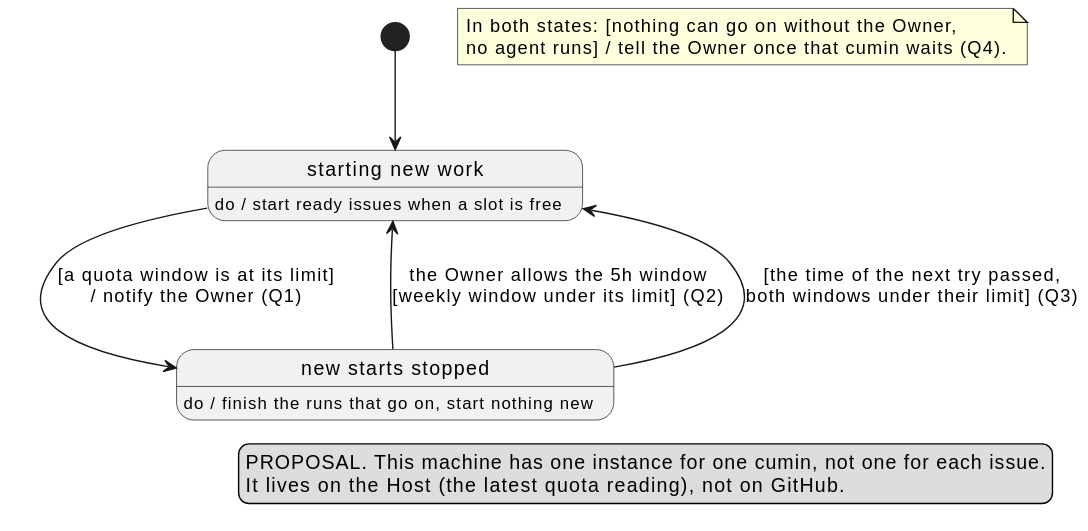
Before: docs/ja/requirements/workflow/proposal-new-starts.svg, a diagram exported from PlantUML (cloveclovedev/cumin-works).
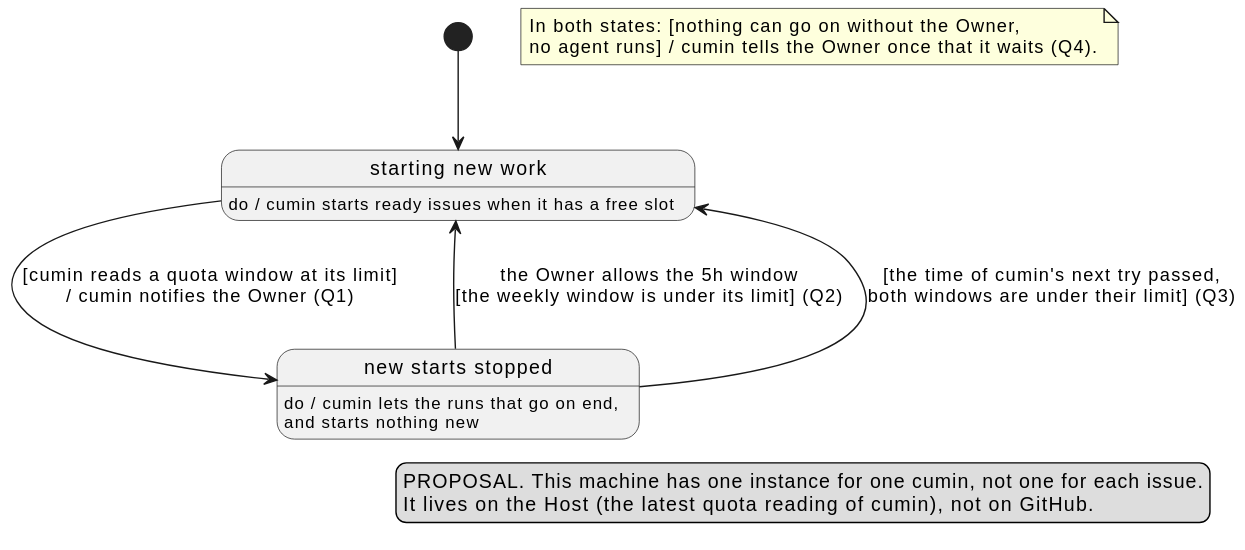
After the change.

Commit message:
docs(requirements): name who acts on every activity, guard, and effect of the proposal diagrams

Change to the diagram source:
```diff
@@ -3,20 +3,20 @@
 hide empty description
 
 state "starting new work" as Starting
-Starting : do / start ready issues when a slot is free
+Starting : do / cumin starts ready issues when it has a free slot
 
 state "new starts stopped" as Stopped
-Stopped : do / finish the runs that go on, start nothing new
+Stopped : do / cumin lets the runs that go on end,\nand starts nothing new
 
 [*] --> Starting
-Starting --> Stopped : [a quota window is at its limit]\n/ notify the Owner (Q1)
-Stopped --> Starting : the Owner allows the 5h window\n[weekly window under its limit] (Q2)
-Stopped --> Starting : [the time of the next try passed,\nboth windows under their limit] (Q3)
+Starting --> Stopped : [cumin reads a quota window at its limit]\n/ cumin notifies the Owner (Q1)
+Stopped --> Starting : the Owner allows the 5h window\n[the weekly window is under its limit] (Q2)
+Stopped --> Starting : [the time of cumin's next try passed,\nboth windows are under their limit] (Q3)
 
-note "In both states: [nothing can go on without the Owner,\nno agent runs] / tell the Owner once that cumin waits (Q4)." as Q4
+note "In both states: [nothing can go on without the Owner,\nno agent runs] / cumin tells the Owner once that it waits (Q4)." as Q4
 
 legend right
   PROPOSAL. This machine has one instance for one cumin, not one for each issue.
-  It lives on the Host (the latest quota reading), not on GitHub.
+  It lives on the Host (the latest quota reading of cumin), not on GitHub.
 endlegend
 @enduml
```
